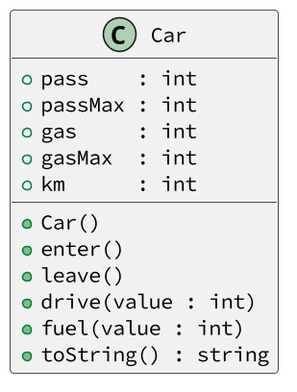
This is base/002/diagrama.png from qxcodepoo/arcade, a PlantUML export, as it was before one commit.
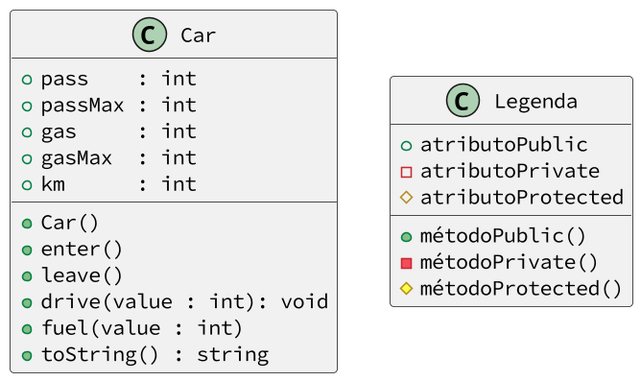
After the change.

The edit, as a diff of the source:
```diff
@@ -11,8 +11,17 @@
   + Car()
   + enter()
   + leave()
-  + drive(value : int)
+  + drive(value : int): void
   + fuel(value : int)
   + toString() : string
 }
+class Legenda {
+  + atributoPublic
+  - atributoPrivate
+  # atributoProtected
+  __
+  + métodoPublic()
+  - métodoPrivate()
+  # métodoProtected()
+}
 @enduml
```
